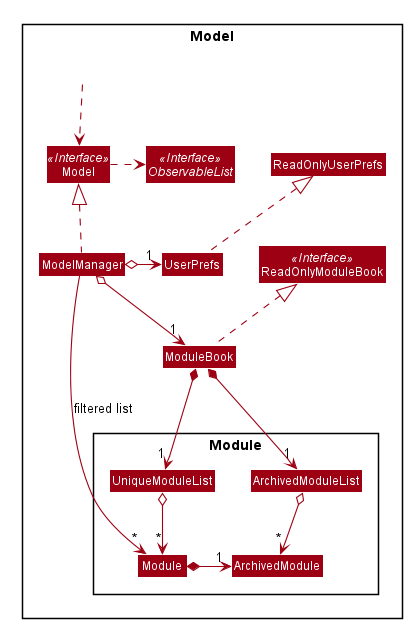
Earlier version of the PlantUML export docs/images/ModelClassDiagram.png (geshuming/main).
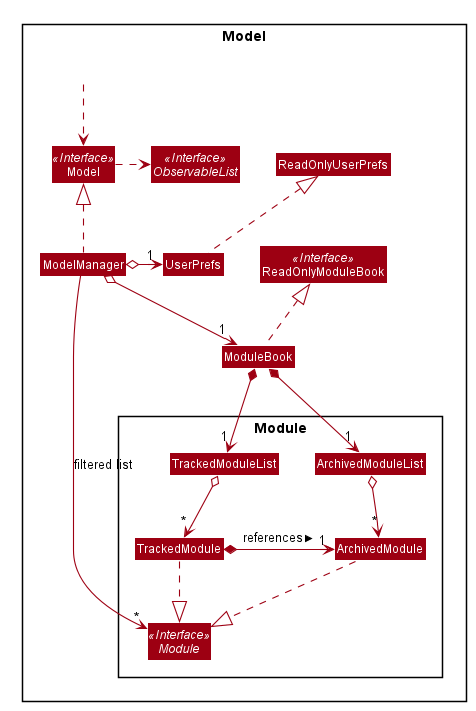
Later version of the same file.

Diff of the diagram source:
```diff
@@ -65,8 +65,9 @@
 Package Module {
 Class ArchivedModule
 Class ArchivedModuleList
-Class Module
-Class UniqueModuleList
+Class TrackedModule
+Class TrackedModuleList
+Interface Module <<Interface>>
 }
 
 Class HiddenOutside #FFFFFF
@@ -80,11 +81,13 @@
 ModelManager o-left-> "1" UserPrefs
 UserPrefs .up.|> ReadOnlyUserPrefs
 
-ModuleBook *--> "1" UniqueModuleList
-UniqueModuleList o--> "*" Module
+ModuleBook *--> "1" TrackedModuleList
+TrackedModuleList o--> "*" TrackedModule
+TrackedModule .down.|> Module
 ModuleBook *--> "1" ArchivedModuleList
 ArchivedModuleList o--> "*" ArchivedModule
-Module *-right-> "1" ArchivedModule
+TrackedModule *-right-> "1" ArchivedModule : references >
+ArchivedModule .down.|> Module
 
 ModelManager -->"*" Module : filtered list
 @enduml
```
